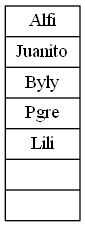
ByLy23/Scrabble_CPP keeps this Graphviz diagram as postOrden.png. Above is the earlier version. Its source is kept beside it as postOrden.dot.
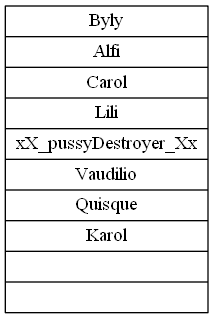
Above is the later version.

What changed in the source:
```diff
@@ -1,4 +1,4 @@
 digraph graficaPostrden{
  linkdir=LR
- arreglo[shape= record label= "{Alfi|Juanito|Byly|Pgre|Lili||}"];
+ arreglo[shape= record label= "{Byly|Alfi|Carol|Lili|xX_pussyDestroyer_Xx|Vaudilio|Quisque|Karol||}"];
 }
```
